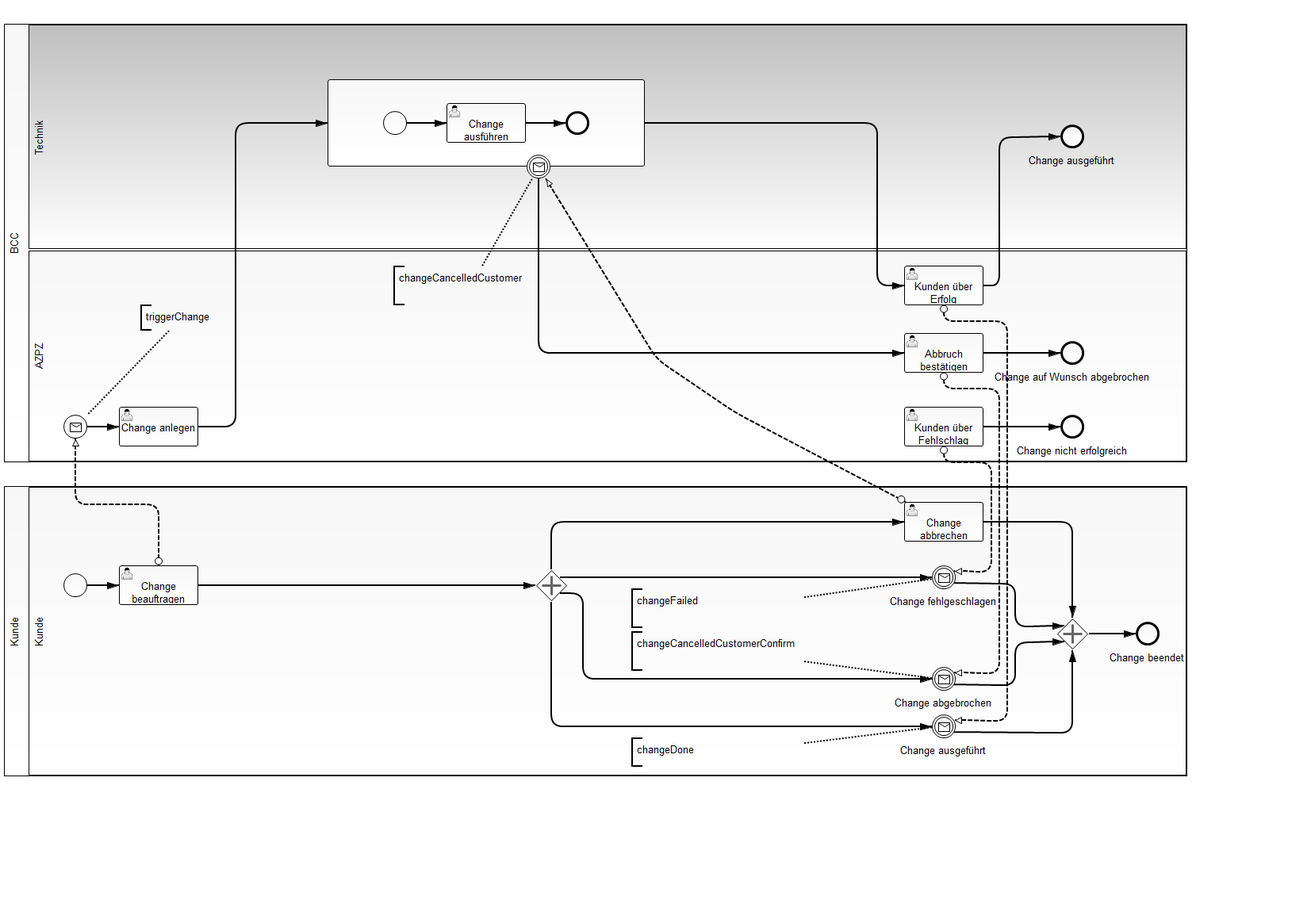
Above: change-process/src/main/resources/ChangeProcess.png in gheddie/bpmn20_examples (BPMN), before the change. Its source is kept beside it as change-process/src/main/resources/ChangeProcess.bpmn. Ids are renumbered.
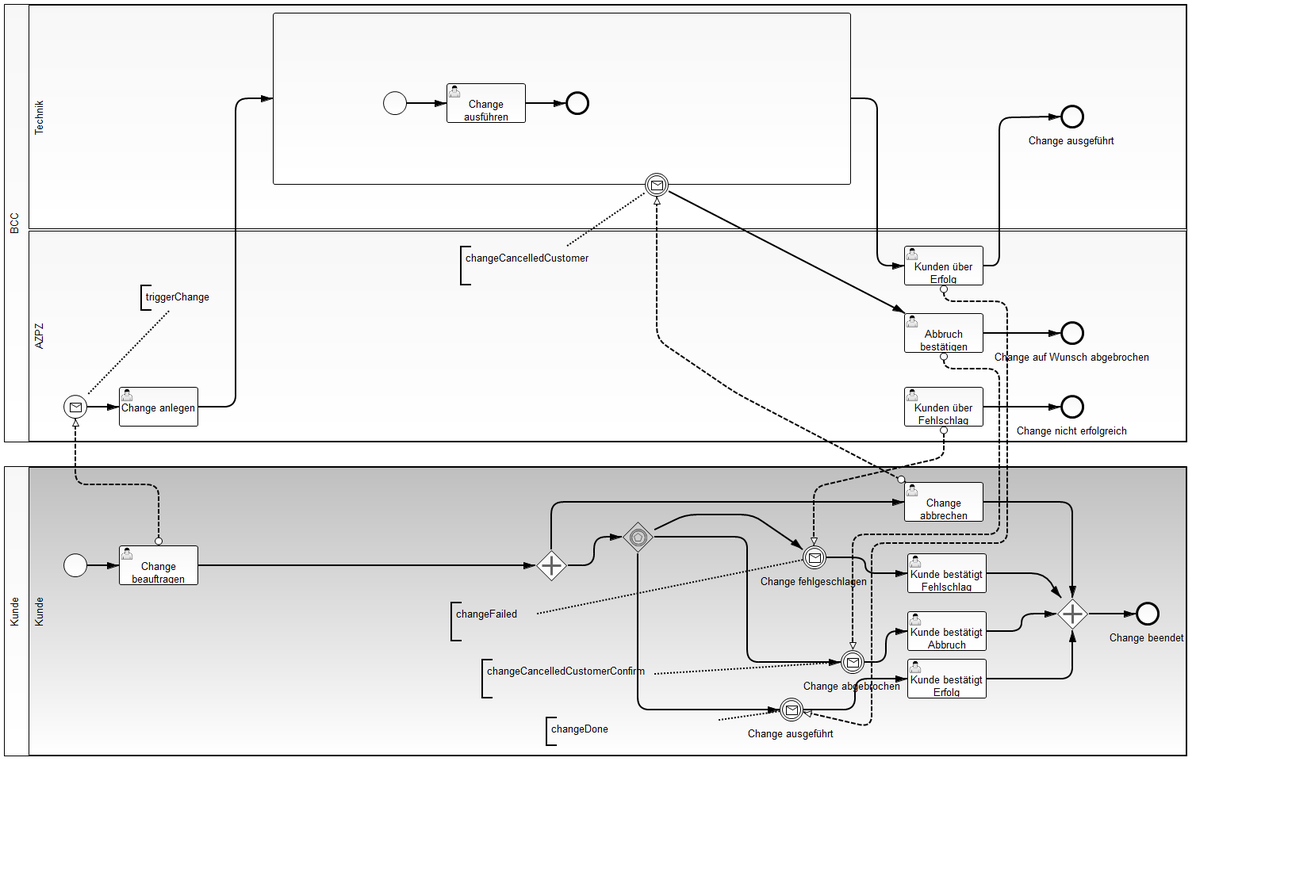
Later version of the same file.

Commit message:
added event based gateway to change process

The edit, as a diff of the source:
```diff
@@ -45,2 +45,5 @@
     <userTask id="PO_p3998" camunda:candidateGroups="management" name="Kunden über Erfolg benachrichtigen">
+      <extensionElements>
+        <camunda:executionListener class="de.gravitex.bpmn.delegate.InformCustomerAboutSuccess" event="end"/>
+      </extensionElements>
       <incoming>SequenceFlow_2</incoming>
@@ -49,2 +52,5 @@
     <userTask id="PO_p3990" camunda:candidateGroups="management" name="Kunden über Fehlschlag benachrichtigen">
+      <extensionElements>
+        <camunda:executionListener class="de.gravitex.bpmn.delegate.InformCustomerAboutFail" event="end"/>
+      </extensionElements>
       <outgoing>PO_p4004</outgoing>
@@ -52,2 +58,5 @@
     <userTask id="PO_p4006" camunda:candidateGroups="management" name="Abbruch bestätigen">
+      <extensionElements>
+        <camunda:executionListener class="de.gravitex.bpmn.delegate.InformCustomerAboutAbort" event="end"/>
+      </extensionElements>
       <incoming>SequenceFlow_5</incoming>
@@ -99,7 +108,4 @@
         <flowNodeRef>PO_p3994</flowNodeRef>
-        <flowNodeRef>PO_p3985</flowNodeRef>
         <flowNodeRef>PO_p3996</flowNodeRef>
         <flowNodeRef>PO_p3977</flowNodeRef>
-        <flowNodeRef>PO_p4002</flowNodeRef>
-        <flowNodeRef>PO_p4009</flowNodeRef>
         <flowNodeRef>PO_p3980</flowNodeRef>
@@ -107,9 +113,11 @@
         <flowNodeRef>PO_p3975</flowNodeRef>
+        <flowNodeRef>PO_p3985</flowNodeRef>
+        <flowNodeRef>PO_p4009</flowNodeRef>
+        <flowNodeRef>PO_p4002</flowNodeRef>
+        <flowNodeRef>UserTask_2</flowNodeRef>
+        <flowNodeRef>UserTask_3</flowNodeRef>
+        <flowNodeRef>UserTask_4</flowNodeRef>
+        <flowNodeRef>EventBasedGateway_1</flowNodeRef>
       </lane>
     </laneSet>
-    <intermediateCatchEvent id="PO_p4002" name="Change ausgeführt">
-      <incoming>PO_p4001</incoming>
-      <outgoing>PO_p4003</outgoing>
-      <messageEventDefinition id="PO_p4002_MESS" messageRef="Message_5"/>
-    </intermediateCatchEvent>
     <endEvent id="PO_p3996" name="Change beendet">
@@ -117,12 +125,2 @@
     </endEvent>
-    <intermediateCatchEvent id="PO_p3985" name="Change fehlgeschlagen">
-      <incoming>PO_p3984</incoming>
-      <outgoing>PO_p3993</outgoing>
-      <messageEventDefinition id="PO_p3985_MESS" messageRef="Message_3"/>
-    </intermediateCatchEvent>
-    <intermediateCatchEvent id="PO_p4009" name="Change abgebrochen">
-      <incoming>PO_p4008</incoming>
-      <outgoing>PO_p4010</outgoing>
-      <messageEventDefinition id="PO_p4009_MESS" messageRef="Message_4"/>
-    </intermediateCatchEvent>
     <startEvent id="PO_p3975">
@@ -146,19 +144,13 @@
       <incoming>PO_p3979</incoming>
-      <outgoing>PO_p3984</outgoing>
-      <outgoing>PO_p4001</outgoing>
-      <outgoing>PO_p4008</outgoing>
       <outgoing>PO_p3981</outgoing>
+      <outgoing>SequenceFlow_12</outgoing>
     </parallelGateway>
     <parallelGateway id="PO_p3994">
-      <incoming>PO_p4003</incoming>
       <incoming>PO_p3997</incoming>
-      <incoming>PO_p3993</incoming>
-      <incoming>PO_p4010</incoming>
+      <incoming>SequenceFlow_7</incoming>
+      <incoming>SequenceFlow_9</incoming>
+      <incoming>SequenceFlow_11</incoming>
       <outgoing>PO_p3995</outgoing>
     </parallelGateway>
-    <sequenceFlow id="PO_p4010" sourceRef="PO_p4009" targetRef="PO_p3994"/>
-    <sequenceFlow id="PO_p4008" sourceRef="PO_p3980" targetRef="PO_p4009"/>
     <sequenceFlow id="PO_p3976" sourceRef="PO_p3975" targetRef="PO_p3977"/>
-    <sequenceFlow id="PO_p4001" sourceRef="PO_p3980" targetRef="PO_p4002"/>
-    <sequenceFlow id="PO_p4003" sourceRef="PO_p4002" targetRef="PO_p3994"/>
     <sequenceFlow id="PO_p3981" sourceRef="PO_p3980" targetRef="PO_p3982"/>
@@ -166,5 +158,46 @@
     <sequenceFlow id="PO_p3997" sourceRef="PO_p3982" targetRef="PO_p3994"/>
-    <sequenceFlow id="PO_p3993" sourceRef="PO_p3985" targetRef="PO_p3994"/>
     <sequenceFlow id="PO_p3995" sourceRef="PO_p3994" targetRef="PO_p3996"/>
-    <sequenceFlow id="PO_p3984" sourceRef="PO_p3980" targetRef="PO_p3985"/>
+    <intermediateCatchEvent id="PO_p3985" name="Change fehlgeschlagen">
+      <incoming>SequenceFlow_13</incoming>
+      <outgoing>SequenceFlow_6</outgoing>
+      <messageEventDefinition id="PO_p3985_MESS" messageRef="Message_3"/>
+    </intermediateCatchEvent>
+    <intermediateCatchEvent id="PO_p4009" name="Change abgebrochen">
+      <incoming>SequenceFlow_14</incoming>
+      <outgoing>SequenceFlow_8</outgoing>
+      <messageEventDefinition id="PO_p4009_MESS" messageRef="Message_4"/>
+    </intermediateCatchEvent>
+    <intermediateCatchEvent id="PO_p4002" name="Change ausgeführt">
+      <incoming>SequenceFlow_15</incoming>
+      <outgoing>SequenceFlow_10</outgoing>
+      <messageEventDefinition id="PO_p4002_MESS" messageRef="Message_5"/>
+    </intermediateCatchEvent>
+    <sequenceFlow id="SequenceFlow_6" name="" sourceRef="PO_p3985" targetRef="UserTask_2"/>
+    <userTask id="UserTask_2" camunda:candidateGroups="management" name="Kunde bestätigt Fehlschlag">
+      <incoming>SequenceFlow_6</incoming>
+      <outgoing>SequenceFlow_7</outgoing>
+    </userTask>
+    <sequenceFlow id="SequenceFlow_7" name="" sourceRef="UserTask_2" targetRef="PO_p3994"/>
+    <sequenceFlow id="SequenceFlow_8" name="" sourceRef="PO_p4009" targetRef="UserTask_3"/>
+    <userTask id="UserTask_3" camunda:candidateGroups="management" name="Kunde bestätigt Abbruch">
+      <incoming>SequenceFlow_8</incoming>
+      <outgoing>SequenceFlow_9</outgoing>
+    </userTask>
+    <sequenceFlow id="SequenceFlow_9" name="" sourceRef="UserTask_3" targetRef="PO_p3994"/>
+    <sequenceFlow id="SequenceFlow_10" name="" sourceRef="PO_p4002" targetRef="UserTask_4"/>
+    <userTask id="UserTask_4" camunda:candidateGroups="management" name="Kunde bestätigt Erfolg">
+      <incoming>SequenceFlow_10</incoming>
+      <outgoing>SequenceFlow_11</outgoing>
+    </userTask>
+    <sequenceFlow id="SequenceFlow_11" name="" sourceRef="UserTask_4" targetRef="PO_p3994"/>
+    <sequenceFlow id="SequenceFlow_12" name="" sourceRef="PO_p3980" targetRef="EventBasedGateway_1"/>
+    <eventBasedGateway id="EventBasedGateway_1">
+      <incoming>SequenceFlow_12</incoming>
+      <outgoing>SequenceFlow_13</outgoing>
+      <outgoing>SequenceFlow_14</outgoing>
+      <outgoing>SequenceFlow_15</outgoing>
+    </eventBasedGateway>
+    <sequenceFlow id="SequenceFlow_13" name="" sourceRef="EventBasedGateway_1" targetRef="PO_p3985"/>
+    <sequenceFlow id="SequenceFlow_14" name="" sourceRef="EventBasedGateway_1" targetRef="PO_p4009"/>
+    <sequenceFlow id="SequenceFlow_15" name="" sourceRef="EventBasedGateway_1" targetRef="PO_p4002"/>
     <textAnnotation id="TextAnnotation_2">
@@ -228,23 +261,2 @@
       </bpmndi:BPMNEdge>
-      <bpmndi:BPMNEdge id="SequenzflussPO_p4008" bpmnElement="PO_p4008">
-        <di:waypoint xsi:type="dc:Point" x="701.0" y="719.0"/>
-        <di:waypoint xsi:type="dc:Point" x="731.0" y="719.0"/>
-        <di:waypoint xsi:type="dc:Point" x="731.0" y="827.0"/>
-        <di:waypoint xsi:type="dc:Point" x="1171.0" y="827.0"/>
-      </bpmndi:BPMNEdge>
-      <bpmndi:BPMNEdge id="SequenzflussPO_p4003" bpmnElement="PO_p4003">
-        <di:waypoint xsi:type="dc:Point" x="1198.99" y="894.5"/>
-        <di:waypoint xsi:type="dc:Point" x="1348.0" y="894.5"/>
-        <di:waypoint xsi:type="dc:Point" x="1348.0" y="790.5"/>
-      </bpmndi:BPMNEdge>
-      <bpmndi:BPMNEdge id="SequenzflussPO_p3984" bpmnElement="PO_p3984">
-        <di:waypoint xsi:type="dc:Point" x="701.0" y="699.0"/>
-        <di:waypoint xsi:type="dc:Point" x="1171.0" y="699.0"/>
-      </bpmndi:BPMNEdge>
-      <bpmndi:BPMNEdge id="SequenzflussPO_p3993" bpmnElement="PO_p3993">
-        <di:waypoint xsi:type="dc:Point" x="1198.99" y="706.5"/>
-        <di:waypoint xsi:type="dc:Point" x="1276.0" y="706.5"/>
-        <di:waypoint xsi:type="dc:Point" x="1276.0" y="760.5"/>
-        <di:waypoint xsi:type="dc:Point" x="1338.0" y="760.5"/>
-      </bpmndi:BPMNEdge>
       <bpmndi:BPMNEdge id="SequenzflussPO_p3956" bpmnElement="PO_p3956">
@@ -265,13 +277,2 @@
         <di:waypoint xsi:type="dc:Point" x="1333.0" y="416.0"/>
-      </bpmndi:BPMNEdge>
-      <bpmndi:BPMNEdge id="SequenzflussPO_p4001" bpmnElement="PO_p4001">
-        <di:waypoint xsi:type="dc:Point" x="691.0" y="729.0"/>
-        <di:waypoint xsi:type="dc:Point" x="691.0" y="887.0"/>
-        <di:waypoint xsi:type="dc:Point" x="1171.0" y="887.0"/>
-      </bpmndi:BPMNEdge>
-      <bpmndi:BPMNEdge id="SequenzflussPO_p4010" bpmnElement="PO_p4010">
-        <di:waypoint xsi:type="dc:Point" x="1198.99" y="834.5"/>
-        <di:waypoint xsi:type="dc:Point" x="1276.0" y="834.5"/>
-        <di:waypoint xsi:type="dc:Point" x="1276.0" y="780.5"/>
-        <di:waypoint xsi:type="dc:Point" x="1338.0" y="780.5"/>
       </bpmndi:BPMNEdge>
@@ -302,3 +303,6 @@
       <bpmndi:BPMNShape id="EreignisPO_p4002" bpmnElement="PO_p4002">
-        <dc:Bounds height="30.0" width="30.0" x="1171.0" y="872.0"/>
+        <dc:Bounds height="30.0" width="30.0" x="979.0" y="876.0"/>
+        <bpmndi:BPMNLabel>
+          <dc:Bounds height="22.0" width="114.0" x="937.0" y="911.0"/>
+        </bpmndi:BPMNLabel>
       </bpmndi:BPMNShape>
@@ -314,3 +318,6 @@
       <bpmndi:BPMNShape id="EreignisPO_p3985" bpmnElement="PO_p3985">
-        <dc:Bounds height="30.0" width="30.0" x="1171.0" y="684.0"/>
+        <dc:Bounds height="30.0" width="30.0" x="1008.0" y="684.0"/>
+        <bpmndi:BPMNLabel>
+          <dc:Bounds height="22.0" width="140.0" x="953.0" y="719.0"/>
+        </bpmndi:BPMNLabel>
       </bpmndi:BPMNShape>
@@ -320,3 +327,6 @@
       <bpmndi:BPMNShape id="EreignisPO_p4009" bpmnElement="PO_p4009">
-        <dc:Bounds height="30.0" width="30.0" x="1171.0" y="812.0"/>
+        <dc:Bounds height="30.0" width="30.0" x="1056.0" y="816.0"/>
+        <bpmndi:BPMNLabel>
+          <dc:Bounds height="22.0" width="128.0" x="1007.0" y="851.0"/>
+        </bpmndi:BPMNLabel>
       </bpmndi:BPMNShape>
@@ -332,4 +342,8 @@
         <di:waypoint xsi:type="dc:Point" x="1256.0" y="461.0"/>
-        <di:waypoint xsi:type="dc:Point" x="1256.0" y="819.5"/>
-        <di:waypoint xsi:type="dc:Point" x="1198.99" y="819.5"/>
+        <di:waypoint xsi:type="dc:Point" x="1256.0" y="670.0"/>
+        <di:waypoint xsi:type="dc:Point" x="1071.0" y="670.0"/>
+        <di:waypoint xsi:type="dc:Point" x="1071.0" y="816.0"/>
+        <bpmndi:BPMNLabel>
+          <dc:Bounds height="0.0" width="0.0" x="1147.0" y="584.0"/>
+        </bpmndi:BPMNLabel>
       </bpmndi:BPMNEdge>
@@ -338,5 +352,8 @@
         <di:waypoint xsi:type="dc:Point" x="1186.0" y="554.0"/>
-        <di:waypoint xsi:type="dc:Point" x="1246.0" y="554.0"/>
-        <di:waypoint xsi:type="dc:Point" x="1246.0" y="691.5"/>
-        <di:waypoint xsi:type="dc:Point" x="1198.99" y="691.5"/>
+        <di:waypoint xsi:type="dc:Point" x="1186.0" y="573.0"/>
+        <di:waypoint xsi:type="dc:Point" x="1022.0" y="610.0"/>
+        <di:waypoint xsi:type="dc:Point" x="1023.0" y="684.0"/>
+        <bpmndi:BPMNLabel>
+          <dc:Bounds height="0.0" width="0.0" x="1095.0" y="594.0"/>
+        </bpmndi:BPMNLabel>
       </bpmndi:BPMNEdge>
@@ -352,4 +369,9 @@
         <di:waypoint xsi:type="dc:Point" x="1266.0" y="376.0"/>
-        <di:waypoint xsi:type="dc:Point" x="1266.0" y="879.5"/>
-        <di:waypoint xsi:type="dc:Point" x="1198.99" y="879.5"/>
+        <di:waypoint xsi:type="dc:Point" x="1266.0" y="681.0"/>
+        <di:waypoint xsi:type="dc:Point" x="1095.0" y="681.0"/>
+        <di:waypoint xsi:type="dc:Point" x="1095.0" y="913.0"/>
+        <di:waypoint xsi:type="dc:Point" x="1009.0" y="894.0"/>
+        <bpmndi:BPMNLabel>
+          <dc:Bounds height="0.0" width="0.0" x="1266.0" y="612.0"/>
+        </bpmndi:BPMNLabel>
       </bpmndi:BPMNEdge>
@@ -413,21 +435,21 @@
       <bpmndi:BPMNShape id="_BPMNShape_TextAnnotation_19" bpmnElement="TextAnnotation_2">
-        <dc:Bounds height="50.0" width="218.0" x="792.0" y="713.0"/>
+        <dc:Bounds height="50.0" width="109.0" x="564.0" y="755.0"/>
       </bpmndi:BPMNShape>
       <bpmndi:BPMNEdge id="BPMNEdge_Association_2" bpmnElement="Association_2" sourceElement="_BPMNShape_TextAnnotation_19" targetElement="EreignisPO_p3985">
-        <di:waypoint xsi:type="dc:Point" x="1010.0" y="723.0"/>
-        <di:waypoint xsi:type="dc:Point" x="1171.0" y="701.0"/>
+        <di:waypoint xsi:type="dc:Point" x="672.0" y="769.0"/>
+        <di:waypoint xsi:type="dc:Point" x="1008.0" y="702.0"/>
       </bpmndi:BPMNEdge>
       <bpmndi:BPMNShape id="_BPMNShape_TextAnnotation_20" bpmnElement="TextAnnotation_3">
-        <dc:Bounds height="50.0" width="218.0" x="792.0" y="767.0"/>
+        <dc:Bounds height="50.0" width="218.0" x="603.0" y="827.0"/>
       </bpmndi:BPMNShape>
       <bpmndi:BPMNEdge id="BPMNEdge_Association_3" bpmnElement="Association_3" sourceElement="_BPMNShape_TextAnnotation_20" targetElement="EreignisPO_p4009">
-        <di:waypoint xsi:type="dc:Point" x="1010.0" y="805.0"/>
-        <di:waypoint xsi:type="dc:Point" x="1171.0" y="825.0"/>
+        <di:waypoint xsi:type="dc:Point" x="821.0" y="846.0"/>
+        <di:waypoint xsi:type="dc:Point" x="1056.0" y="832.0"/>
       </bpmndi:BPMNEdge>
       <bpmndi:BPMNShape id="_BPMNShape_TextAnnotation_21" bpmnElement="TextAnnotation_4">
-        <dc:Bounds height="37.0" width="218.0" x="792.0" y="901.0"/>
+        <dc:Bounds height="37.0" width="218.0" x="684.0" y="900.0"/>
       </bpmndi:BPMNShape>
       <bpmndi:BPMNEdge id="BPMNEdge_Association_4" bpmnElement="Association_4" sourceElement="_BPMNShape_TextAnnotation_21" targetElement="EreignisPO_p4002">
-        <di:waypoint xsi:type="dc:Point" x="1010.0" y="907.0"/>
-        <di:waypoint xsi:type="dc:Point" x="1171.0" y="889.0"/>
+        <di:waypoint xsi:type="dc:Point" x="902.0" y="903.0"/>
+        <di:waypoint xsi:type="dc:Point" x="979.0" y="893.0"/>
       </bpmndi:BPMNEdge>
@@ -459,2 +481,100 @@
       </bpmndi:BPMNEdge>
+      <bpmndi:BPMNShape id="_BPMNShape_UserTask_11" bpmnElement="UserTask_2">
+        <dc:Bounds height="50.0" width="100.0" x="1140.0" y="694.0"/>
+      </bpmndi:BPMNShape>
+      <bpmndi:BPMNEdge id="BPMNEdge_SequenceFlow_6" bpmnElement="SequenceFlow_6" sourceElement="EreignisPO_p3985" targetElement="_BPMNShape_UserTask_11">
+        <di:waypoint xsi:type="dc:Point" x="1038.0" y="699.0"/>
+        <di:waypoint xsi:type="dc:Point" x="1087.0" y="699.0"/>
+        <di:waypoint xsi:type="dc:Point" x="1087.0" y="719.0"/>
+        <di:waypoint xsi:type="dc:Point" x="1140.0" y="719.0"/>
+        <bpmndi:BPMNLabel>
+          <dc:Bounds height="6.0" width="6.0" x="1060.0" y="699.0"/>
+        </bpmndi:BPMNLabel>
+      </bpmndi:BPMNEdge>
+      <bpmndi:BPMNEdge id="BPMNEdge_SequenceFlow_7" bpmnElement="SequenceFlow_7" sourceElement="_BPMNShape_UserTask_11" targetElement="GatewayPO_p3994">
+        <di:waypoint xsi:type="dc:Point" x="1240.0" y="719.0"/>
+        <di:waypoint xsi:type="dc:Point" x="1282.0" y="719.0"/>
+        <di:waypoint xsi:type="dc:Point" x="1312.0" y="719.0"/>
+        <di:waypoint xsi:type="dc:Point" x="1334.0" y="750.0"/>
+        <bpmndi:BPMNLabel>
+          <dc:Bounds height="6.0" width="6.0" x="1299.0" y="719.0"/>
+        </bpmndi:BPMNLabel>
+      </bpmndi:BPMNEdge>
+      <bpmndi:BPMNShape id="_BPMNShape_UserTask_12" bpmnElement="UserTask_3">
+        <dc:Bounds height="50.0" width="100.0" x="1140.0" y="767.0"/>
+      </bpmndi:BPMNShape>
+      <bpmndi:BPMNEdge id="BPMNEdge_SequenceFlow_8" bpmnElement="SequenceFlow_8" sourceElement="EreignisPO_p4009" targetElement="_BPMNShape_UserTask_12">
+        <di:waypoint xsi:type="dc:Point" x="1086.0" y="831.0"/>
+        <di:waypoint xsi:type="dc:Point" x="1113.0" y="831.0"/>
+        <di:waypoint xsi:type="dc:Point" x="1113.0" y="792.0"/>
+        <di:waypoint xsi:type="dc:Point" x="1140.0" y="792.0"/>
+        <bpmndi:BPMNLabel>
+          <dc:Bounds height="6.0" width="6.0" x="1108.0" y="831.0"/>
+        </bpmndi:BPMNLabel>
+      </bpmndi:BPMNEdge>
+      <bpmndi:BPMNEdge id="BPMNEdge_SequenceFlow_9" bpmnElement="SequenceFlow_9" sourceElement="_BPMNShape_UserTask_12" targetElement="GatewayPO_p3994">
+        <di:waypoint xsi:type="dc:Point" x="1240.0" y="792.0"/>
+        <di:waypoint xsi:type="dc:Point" x="1284.0" y="792.0"/>
+        <di:waypoint xsi:type="dc:Point" x="1284.0" y="770.0"/>
+        <di:waypoint xsi:type="dc:Point" x="1328.0" y="770.0"/>
+        <bpmndi:BPMNLabel>
+          <dc:Bounds height="6.0" width="6.0" x="1281.0" y="787.0"/>
+        </bpmndi:BPMNLabel>
+      </bpmndi:BPMNEdge>
+      <bpmndi:BPMNShape id="_BPMNShape_UserTask_13" bpmnElement="UserTask_4">
+        <dc:Bounds height="50.0" width="100.0" x="1140.0" y="827.0"/>
+      </bpmndi:BPMNShape>
+      <bpmndi:BPMNEdge id="BPMNEdge_SequenceFlow_10" bpmnElement="SequenceFlow_10" sourceElement="EreignisPO_p4002" targetElement="_BPMNShape_UserTask_13">
+        <di:waypoint xsi:type="dc:Point" x="1009.0" y="891.0"/>
+        <di:waypoint xsi:type="dc:Point" x="1074.0" y="891.0"/>
+        <di:waypoint xsi:type="dc:Point" x="1074.0" y="852.0"/>
+        <di:waypoint xsi:type="dc:Point" x="1140.0" y="852.0"/>
+        <bpmndi:BPMNLabel>
+          <dc:Bounds height="6.0" width="6.0" x="1031.0" y="891.0"/>
+        </bpmndi:BPMNLabel>
+      </bpmndi:BPMNEdge>
+      <bpmndi:BPMNEdge id="BPMNEdge_SequenceFlow_11" bpmnElement="SequenceFlow_11" sourceElement="_BPMNShape_UserTask_13" targetElement="GatewayPO_p3994">
+        <di:waypoint xsi:type="dc:Point" x="1240.0" y="852.0"/>
+        <di:waypoint xsi:type="dc:Point" x="1284.0" y="852.0"/>
+        <di:waypoint xsi:type="dc:Point" x="1348.0" y="852.0"/>
+        <di:waypoint xsi:type="dc:Point" x="1348.0" y="790.0"/>
+        <bpmndi:BPMNLabel>
+          <dc:Bounds height="6.0" width="6.0" x="1322.0" y="852.0"/>
+        </bpmndi:BPMNLabel>
+      </bpmndi:BPMNEdge>
+      <bpmndi:BPMNShape id="_BPMNShape_EventBasedGateway_2" bpmnElement="EventBasedGateway_1">
+        <dc:Bounds height="40.0" width="40.0" x="780.0" y="653.0"/>
+        <bpmndi:BPMNLabel>
+          <dc:Bounds height="0.0" width="0.0" x="800.0" y="698.0"/>
+        </bpmndi:BPMNLabel>
+      </bpmndi:BPMNShape>
+      <bpmndi:BPMNEdge id="BPMNEdge_SequenceFlow_12" bpmnElement="SequenceFlow_12" sourceElement="GatewayPO_p3980" targetElement="_BPMNShape_EventBasedGateway_2">
+        <di:waypoint xsi:type="dc:Point" x="711.0" y="709.0"/>
+        <di:waypoint xsi:type="dc:Point" x="745.0" y="709.0"/>
+        <di:waypoint xsi:type="dc:Point" x="745.0" y="673.0"/>
+        <di:waypoint xsi:type="dc:Point" x="780.0" y="673.0"/>
+        <bpmndi:BPMNLabel>
+          <dc:Bounds height="6.0" width="6.0" x="733.0" y="709.0"/>
+        </bpmndi:BPMNLabel>
+      </bpmndi:BPMNEdge>
+      <bpmndi:BPMNEdge id="BPMNEdge_SequenceFlow_13" bpmnElement="SequenceFlow_13" sourceElement="_BPMNShape_EventBasedGateway_2" targetElement="EreignisPO_p3985">
+        <di:waypoint xsi:type="dc:Point" x="820.0" y="664.0"/>
+        <di:waypoint xsi:type="dc:Point" x="859.0" y="645.0"/>
+        <di:waypoint xsi:type="dc:Point" x="946.0" y="645.0"/>
+        <di:waypoint xsi:type="dc:Point" x="1008.0" y="688.0"/>
+        <bpmndi:BPMNLabel>
+          <dc:Bounds height="6.0" width="6.0" x="920.0" y="645.0"/>
+        </bpmndi:BPMNLabel>
+      </bpmndi:BPMNEdge>
+      <bpmndi:BPMNEdge id="BPMNEdge_SequenceFlow_14" bpmnElement="SequenceFlow_14" sourceElement="_BPMNShape_EventBasedGateway_2" targetElement="EreignisPO_p4009">
+        <di:waypoint xsi:type="dc:Point" x="820.0" y="673.0"/>
+        <di:waypoint xsi:type="dc:Point" x="938.0" y="673.0"/>
+        <di:waypoint xsi:type="dc:Point" x="938.0" y="831.0"/>
+        <di:waypoint xsi:type="dc:Point" x="1056.0" y="831.0"/>
+      </bpmndi:BPMNEdge>
+      <bpmndi:BPMNEdge id="BPMNEdge_SequenceFlow_15" bpmnElement="SequenceFlow_15" sourceElement="_BPMNShape_EventBasedGateway_2" targetElement="EreignisPO_p4002">
+        <di:waypoint xsi:type="dc:Point" x="800.0" y="693.0"/>
+        <di:waypoint xsi:type="dc:Point" x="800.0" y="891.0"/>
+        <di:waypoint xsi:type="dc:Point" x="979.0" y="891.0"/>
+      </bpmndi:BPMNEdge>
     </bpmndi:BPMNPlane>
```
